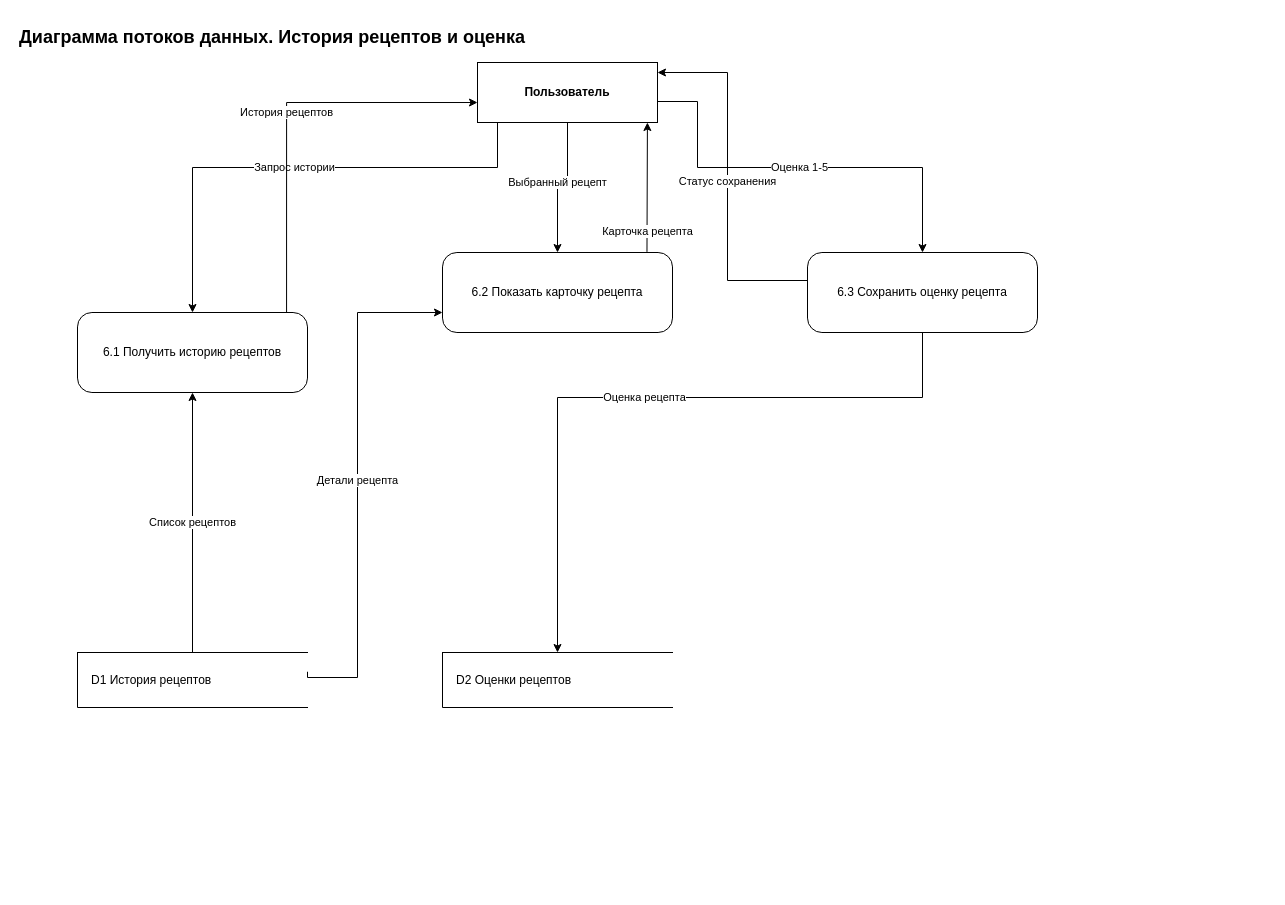
Before: Optimization-Methods/laba_2/diagrams/Potoki/06_История_рецептов_и_оценка.drawio in Skipl1/ASOIU, a draw.io diagram. Source tidied: cells renumbered, new cells numbered last; positions are measured from the earlier drawing's top-left corner, leaving out a move shared by most shapes. Both pictures are drawn from the tidied source at 100%, with x=0, y=0 at pixel (17, 22).
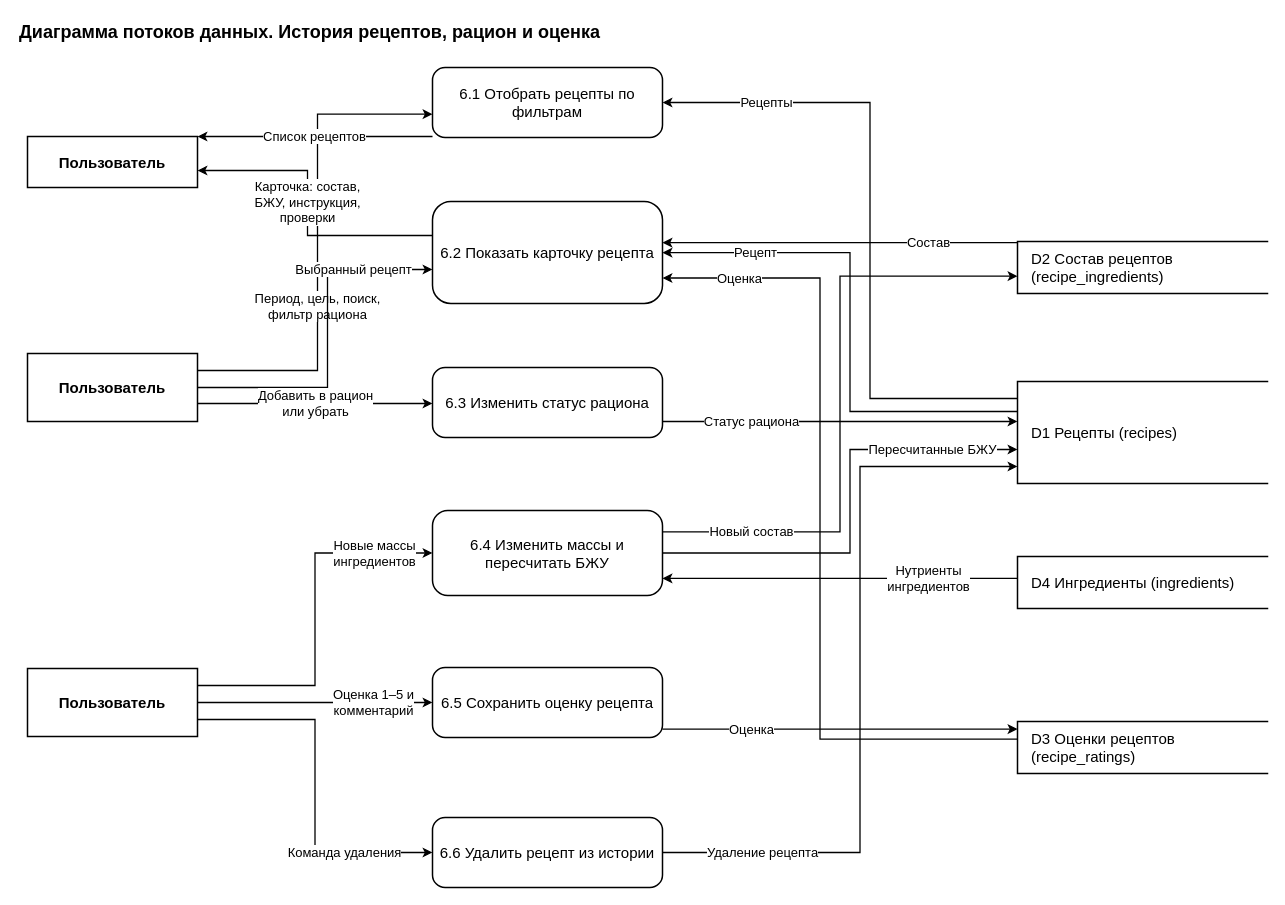
The same diagram, later.

What changed in the source:
```diff
@@
-    <mxCell id="2" value="Диаграмма потоков данных. История рецептов и оценка" style="text;html=1;strokeColor=none;fillColor=none;align=left;verticalAlign=middle;fontSize=18;fontStyle=1;" parent="1" vertex="1">
-      <mxGeometry width="850" height="30" as="geometry" />
+    <mxCell id="2" value="Диаграмма потоков данных. История рецептов, рацион и оценка" style="text;html=1;strokeColor=none;fillColor=none;align=left;verticalAlign=middle;fontSize=18;fontStyle=1;" parent="1" vertex="1">
+      <mxGeometry y="-5" width="900" height="30" as="geometry" />
     </mxCell>
-    <mxCell id="3" value="Пользователь" style="rounded=0;whiteSpace=wrap;html=1;fillColor=#ffffff;strokeColor=#000000;fontStyle=1;" parent="1" vertex="1">
-      <mxGeometry x="460" y="40" width="180" height="60" as="geometry" />
+    <mxCell id="3" value="Пользователь" style="rounded=0;whiteSpace=wrap;html=1;fillColor=#ffffff;strokeColor=#000000;fontStyle=1;fontSize=15;strokeWidth=1.5;" parent="1" vertex="1">
+      <mxGeometry x="10" y="331" width="170" height="68" as="geometry" />
     </mxCell>
+    <mxCell id="18" value="Пользователь" style="rounded=0;whiteSpace=wrap;html=1;fillColor=#ffffff;strokeColor=#000000;fontStyle=1;fontSize=15;strokeWidth=1.5;" parent="1" vertex="1">
+      <mxGeometry x="10" y="646" width="170" height="68" as="geometry" />
+    </mxCell>
-    <mxCell id="4" value="6.1 Получить историю рецептов" style="rounded=1;whiteSpace=wrap;html=1;arcSize=18;fillColor=#ffffff;strokeColor=#000000;" parent="1" vertex="1">
-      <mxGeometry x="60" y="290" width="230" height="80" as="geometry" />
+    <mxCell id="4" value="6.1 Отобрать рецепты по фильтрам" style="rounded=1;whiteSpace=wrap;html=1;arcSize=18;fillColor=#ffffff;strokeColor=#000000;fontSize=15;strokeWidth=1.5;" parent="1" vertex="1">
+      <mxGeometry x="415" y="45" width="230" height="70" as="geometry" />
     </mxCell>
-    <mxCell id="5" value="6.2 Показать карточку рецепта" style="rounded=1;whiteSpace=wrap;html=1;arcSize=18;fillColor=#ffffff;strokeColor=#000000;" parent="1" vertex="1">
-      <mxGeometry x="425" y="230" width="230" height="80" as="geometry" />
+    <mxCell id="5" value="6.2 Показать карточку рецепта" style="rounded=1;whiteSpace=wrap;html=1;arcSize=18;fillColor=#ffffff;strokeColor=#000000;fontSize=15;strokeWidth=1.5;" parent="1" vertex="1">
+      <mxGeometry x="415" y="179" width="230" height="102" as="geometry" />
     </mxCell>
-    <mxCell id="6" value="6.3 Сохранить оценку рецепта" style="rounded=1;whiteSpace=wrap;html=1;arcSize=18;fillColor=#ffffff;strokeColor=#000000;" parent="1" vertex="1">
-      <mxGeometry x="790" y="230" width="230" height="80" as="geometry" />
+    <mxCell id="6" value="6.3 Изменить статус рациона" style="rounded=1;whiteSpace=wrap;html=1;arcSize=18;fillColor=#ffffff;strokeColor=#000000;fontSize=15;strokeWidth=1.5;" parent="1" vertex="1">
+      <mxGeometry x="415" y="345" width="230" height="70" as="geometry" />
     </mxCell>
+    <mxCell id="19" value="6.4 Изменить массы и пересчитать БЖУ" style="rounded=1;whiteSpace=wrap;html=1;arcSize=18;fillColor=#ffffff;strokeColor=#000000;fontSize=15;strokeWidth=1.5;" parent="1" vertex="1">
+      <mxGeometry x="415" y="488" width="230" height="85" as="geometry" />
+    </mxCell>
+    <mxCell id="20" value="6.5 Сохранить оценку рецепта" style="rounded=1;whiteSpace=wrap;html=1;arcSize=18;fillColor=#ffffff;strokeColor=#000000;fontSize=15;strokeWidth=1.5;" parent="1" vertex="1">
+      <mxGeometry x="415" y="645" width="230" height="70" as="geometry" />
+    </mxCell>
+    <mxCell id="21" value="6.6 Удалить рецепт из истории" style="rounded=1;whiteSpace=wrap;html=1;arcSize=18;fillColor=#ffffff;strokeColor=#000000;fontSize=15;strokeWidth=1.5;" parent="1" vertex="1">
+      <mxGeometry x="415" y="795" width="230" height="70" as="geometry" />
+    </mxCell>
-    <mxCell id="7" value="D1 История рецептов" style="shape=partialRectangle;right=0;whiteSpace=wrap;html=1;fillColor=#ffffff;strokeColor=#000000;align=left;spacingLeft=12;" parent="1" vertex="1">
-      <mxGeometry x="60" y="630" width="230" height="55" as="geometry" />
+    <mxCell id="7" value="D1 Рецепты (recipes)" style="shape=partialRectangle;right=0;whiteSpace=wrap;html=1;fillColor=#ffffff;strokeColor=#000000;align=left;spacingLeft=12;fontSize=15;strokeWidth=1.5;" parent="1" vertex="1">
+      <mxGeometry x="1000" y="359" width="250" height="102" as="geometry" />
     </mxCell>
-    <mxCell id="8" value="D2 Оценки рецептов" style="shape=partialRectangle;right=0;whiteSpace=wrap;html=1;fillColor=#ffffff;strokeColor=#000000;align=left;spacingLeft=12;" parent="1" vertex="1">
-      <mxGeometry x="425" y="630" width="230" height="55" as="geometry" />
+    <mxCell id="8" value="D2 Состав рецептов (recipe_ingredients)" style="shape=partialRectangle;right=0;whiteSpace=wrap;html=1;fillColor=#ffffff;strokeColor=#000000;align=left;spacingLeft=12;fontSize=15;strokeWidth=1.5;" parent="1" vertex="1">
+      <mxGeometry x="1000" y="219" width="250" height="52" as="geometry" />
     </mxCell>
+    <mxCell id="22" value="D3 Оценки рецептов (recipe_ratings)" style="shape=partialRectangle;right=0;whiteSpace=wrap;html=1;fillColor=#ffffff;strokeColor=#000000;align=left;spacingLeft=12;fontSize=15;strokeWidth=1.5;" parent="1" vertex="1">
+      <mxGeometry x="1000" y="699" width="250" height="52" as="geometry" />
+    </mxCell>
+    <mxCell id="23" value="D4 Ингредиенты (ingredients)" style="shape=partialRectangle;right=0;whiteSpace=wrap;html=1;fillColor=#ffffff;strokeColor=#000000;align=left;spacingLeft=12;fontSize=15;strokeWidth=1.5;" parent="1" vertex="1">
+      <mxGeometry x="1000" y="534" width="250" height="52" as="geometry" />
+    </mxCell>
+    <mxCell id="24" value="Пользователь" style="rounded=0;whiteSpace=wrap;html=1;fillColor=#ffffff;strokeColor=#000000;fontStyle=1;fontSize=15;strokeWidth=1.5;" parent="1" vertex="1">
+      <mxGeometry x="10" y="114" width="170" height="51" as="geometry" />
+    </mxCell>
-    <mxCell id="9" value="Запрос истории" style="endArrow=classic;html=1;rounded=0;edgeStyle=orthogonalEdgeStyle;entryX=0.5;entryY=0;" parent="1" edge="1" source="3" target="4">
-      <mxGeometry relative="1" as="geometry">
+    <mxCell id="9" value="Период, цель, поиск,&lt;br&gt;фильтр рациона" style="endArrow=classic;endFill=1;html=1;rounded=0;edgeStyle=none;strokeWidth=1.3;fontSize=13;labelBackgroundColor=#ffffff;exitX=1.0;exitY=0.25;exitDx=0;exitDy=0;entryX=0.0;entryY=0.6671;entryDx=0;entryDy=0;" parent="1" edge="1" source="3" target="4">
+      <mxGeometry x="-0.25" relative="1" as="geometry">
         <Array as="points">
-          <mxPoint x="480" y="145" />
-          <mxPoint x="175" y="145" />
+          <mxPoint x="300" y="348" />
+          <mxPoint x="300" y="91.7" />
         </Array>
       </mxGeometry>
     </mxCell>
+    <mxCell id="25" value="Рецепты" style="endArrow=classic;endFill=1;html=1;rounded=0;edgeStyle=none;strokeWidth=1.3;fontSize=13;labelBackgroundColor=#ffffff;exitX=0.0;exitY=0.1667;exitDx=0;exitDy=0;entryX=1.0;entryY=0.5;entryDx=0;entryDy=0;" parent="1" edge="1" source="7" target="4">
+      <mxGeometry x="0.68" relative="1" as="geometry">
+        <Array as="points">
+          <mxPoint x="852.5" y="376" />
+          <mxPoint x="852.5" y="80" />
+        </Array>
+      </mxGeometry>
+    </mxCell>
-    <mxCell id="10" value="Список рецептов" style="endArrow=classic;html=1;rounded=0;edgeStyle=orthogonalEdgeStyle;exitX=0.5;exitY=0;entryX=0.5;entryY=1;" parent="1" edge="1" source="7" target="4">
+    <mxCell id="10" value="Список рецептов" style="endArrow=classic;endFill=1;html=1;rounded=0;edgeStyle=none;strokeWidth=1.3;fontSize=13;labelBackgroundColor=#ffffff;exitX=0.0;exitY=0.9857;exitDx=0;exitDy=0;entryX=1.0;entryY=0.0;entryDx=0;entryDy=0;" parent="1" edge="1" source="4" target="24">
       <mxGeometry relative="1" as="geometry" />
     </mxCell>
-    <mxCell id="11" value="История рецептов" style="endArrow=classic;html=1;rounded=0;edgeStyle=orthogonalEdgeStyle;exitX=0.909;exitY=0;entryX=0;entryY=0.667;exitDx=0;exitDy=0;exitPerimeter=0;entryDx=0;entryDy=0;entryPerimeter=0;" parent="1" edge="1" source="4" target="3">
-      <mxGeometry relative="1" as="geometry">
-        <Array as="points">
-          <mxPoint x="269" y="80" />
-        </Array>
-      </mxGeometry>
-    </mxCell>
-    <mxCell id="12" value="Выбранный рецепт" style="endArrow=classic;html=1;rounded=0;edgeStyle=orthogonalEdgeStyle;exitX=0.5;exitY=1;entryX=0.5;entryY=0;" parent="1" edge="1" source="3" target="5">
-      <mxGeometry relative="1" as="geometry">
+    <mxCell id="12" value="Выбранный рецепт" style="endArrow=classic;endFill=1;html=1;rounded=0;edgeStyle=none;strokeWidth=1.3;fontSize=13;labelBackgroundColor=#ffffff;exitX=1.0;exitY=0.5;exitDx=0;exitDy=0;entryX=0.0;entryY=0.6667;entryDx=0;entryDy=0;" parent="1" edge="1" source="3" target="5">
+      <mxGeometry x="0.55" relative="1" as="geometry">
         <Array as="points">
-          <mxPoint x="540" y="155" />
+          <mxPoint x="310" y="365" />
+          <mxPoint x="310" y="247" />
         </Array>
       </mxGeometry>
     </mxCell>
-    <mxCell id="13" value="Детали рецепта" style="endArrow=classic;html=1;rounded=0;edgeStyle=orthogonalEdgeStyle;exitX=1;exitY=0.35;entryX=0;entryY=0.75;" parent="1" edge="1" source="7" target="5">
-      <mxGeometry relative="1" as="geometry">
+    <mxCell id="13" value="Рецепт" style="endArrow=classic;endFill=1;html=1;rounded=0;edgeStyle=none;strokeWidth=1.3;fontSize=13;labelBackgroundColor=#ffffff;exitX=0.0;exitY=0.2941;exitDx=0;exitDy=0;entryX=1.0;entryY=0.502;entryDx=0;entryDy=0;" parent="1" edge="1" source="7" target="5">
+      <mxGeometry x="0.64" relative="1" as="geometry">
         <Array as="points">
-          <mxPoint x="340" y="655" />
-          <mxPoint x="340" y="290" />
+          <mxPoint x="832.5" y="389" />
+          <mxPoint x="832.5" y="230.2" />
         </Array>
       </mxGeometry>
     </mxCell>
-    <mxCell id="14" value="Карточка рецепта" style="endArrow=classic;html=1;rounded=0;edgeStyle=orthogonalEdgeStyle;exitX=0.889;exitY=-0.008;exitDx=0;exitDy=0;exitPerimeter=0;entryX=0.944;entryY=1;entryDx=0;entryDy=0;entryPerimeter=0;" parent="1" edge="1" source="5" target="3">
-      <mxGeometry x="-0.69" relative="1" as="geometry">
-        <Array as="points">
-          <mxPoint x="630" y="229" />
-        </Array>
-      </mxGeometry>
-    </mxCell>
+    <mxCell id="26" value="Состав" style="endArrow=classic;endFill=1;html=1;rounded=0;edgeStyle=none;strokeWidth=1.3;fontSize=13;labelBackgroundColor=#ffffff;exitX=0.0;exitY=0.0231;exitDx=0;exitDy=0;entryX=1.0;entryY=0.4039;entryDx=0;entryDy=0;" parent="1" edge="1" source="8" target="5">
+      <mxGeometry x="-0.5" relative="1" as="geometry" />
+    </mxCell>
+    <mxCell id="27" value="Оценка" style="endArrow=classic;endFill=1;html=1;rounded=0;edgeStyle=none;strokeWidth=1.3;fontSize=13;labelBackgroundColor=#ffffff;exitX=0.0;exitY=0.3385;exitDx=0;exitDy=0;entryX=1.0;entryY=0.75;entryDx=0;entryDy=0;" parent="1" edge="1" source="22" target="5">
+      <mxGeometry x="0.81" relative="1" as="geometry">
+        <Array as="points">
+          <mxPoint x="802.5" y="716.6" />
+          <mxPoint x="802.5" y="255.5" />
+        </Array>
+      </mxGeometry>
+    </mxCell>
+    <mxCell id="28" value="Карточка: состав,&lt;br&gt;БЖУ, инструкция,&lt;br&gt;проверки" style="endArrow=classic;endFill=1;html=1;rounded=0;edgeStyle=none;strokeWidth=1.3;fontSize=13;labelBackgroundColor=#ffffff;exitX=0.0;exitY=0.3333;exitDx=0;exitDy=0;entryX=1.0;entryY=0.6667;entryDx=0;entryDy=0;" parent="1" edge="1" source="5" target="24">
+      <mxGeometry x="0.05" relative="1" as="geometry">
+        <Array as="points">
+          <mxPoint x="290" y="213" />
+          <mxPoint x="290" y="148" />
+        </Array>
+      </mxGeometry>
+    </mxCell>
-    <mxCell id="15" value="Оценка 1-5" style="endArrow=classic;html=1;rounded=0;edgeStyle=orthogonalEdgeStyle;exitX=1;exitY=0.65;entryX=0.5;entryY=0;" parent="1" edge="1" source="3" target="6">
-      <mxGeometry relative="1" as="geometry">
-        <Array as="points">
-          <mxPoint x="680" y="79" />
-          <mxPoint x="680" y="145" />
-          <mxPoint x="905" y="145" />
-        </Array>
-      </mxGeometry>
+    <mxCell id="15" value="Добавить в рацион&lt;br&gt;или убрать" style="endArrow=classic;endFill=1;html=1;rounded=0;edgeStyle=none;strokeWidth=1.3;fontSize=13;labelBackgroundColor=#ffffff;exitX=1.0;exitY=0.7353;exitDx=0;exitDy=0;entryX=0.0;entryY=0.5143;entryDx=0;entryDy=0;" parent="1" edge="1" source="3" target="6">
+      <mxGeometry relative="1" as="geometry" />
     </mxCell>
-    <mxCell id="16" value="Оценка рецепта" style="endArrow=classic;html=1;rounded=0;edgeStyle=orthogonalEdgeStyle;exitX=0.5;exitY=1;entryX=0.5;entryY=0;" parent="1" edge="1" source="6" target="8">
-      <mxGeometry relative="1" as="geometry">
-        <Array as="points">
-          <mxPoint x="905" y="375" />
-          <mxPoint x="540" y="375" />
-        </Array>
-      </mxGeometry>
-    </mxCell>
-    <mxCell id="17" value="Статус сохранения" style="endArrow=classic;html=1;rounded=0;edgeStyle=orthogonalEdgeStyle;exitX=0;exitY=0.35;" parent="1" edge="1" source="6">
-      <mxGeometry relative="1" as="geometry">
-        <mxPoint x="640" y="50" as="targetPoint" />
-        <Array as="points">
-          <mxPoint x="710" y="258" />
-          <mxPoint x="710" y="50" />
-          <mxPoint x="640" y="50" />
-        </Array>
-      </mxGeometry>
-    </mxCell>
+    <mxCell id="29" value="Статус рациона" style="endArrow=classic;endFill=1;html=1;rounded=0;edgeStyle=none;strokeWidth=1.3;fontSize=13;labelBackgroundColor=#ffffff;exitX=1.0;exitY=0.7714;exitDx=0;exitDy=0;entryX=0.0;entryY=0.3922;entryDx=0;entryDy=0;" parent="1" edge="1" source="6" target="7">
+      <mxGeometry x="-0.5" relative="1" as="geometry" />
+    </mxCell>
+    <mxCell id="30" value="Новые массы&lt;br&gt;ингредиентов" style="endArrow=classic;endFill=1;html=1;rounded=0;edgeStyle=none;strokeWidth=1.3;fontSize=13;labelBackgroundColor=#ffffff;exitX=1.0;exitY=0.25;exitDx=0;exitDy=0;entryX=0.0;entryY=0.5;entryDx=0;entryDy=0;" parent="1" edge="1" source="18" target="19">
+      <mxGeometry x="0.68" relative="1" as="geometry">
+        <Array as="points">
+          <mxPoint x="297.5" y="663" />
+          <mxPoint x="297.5" y="530.5" />
+        </Array>
+      </mxGeometry>
+    </mxCell>
+    <mxCell id="31" value="Нутриенты&lt;br&gt;ингредиентов" style="endArrow=classic;endFill=1;html=1;rounded=0;edgeStyle=none;strokeWidth=1.3;fontSize=13;labelBackgroundColor=#ffffff;exitX=0.0;exitY=0.4212;exitDx=0;exitDy=0;entryX=1.0;entryY=0.7988;entryDx=0;entryDy=0;" parent="1" edge="1" source="23" target="19">
+      <mxGeometry x="-0.5" relative="1" as="geometry" />
+    </mxCell>
+    <mxCell id="32" value="Новый состав" style="endArrow=classic;endFill=1;html=1;rounded=0;edgeStyle=none;strokeWidth=1.3;fontSize=13;labelBackgroundColor=#ffffff;exitX=1.0;exitY=0.2506;exitDx=0;exitDy=0;entryX=0.0;entryY=0.6673;entryDx=0;entryDy=0;" parent="1" edge="1" source="19" target="8">
+      <mxGeometry x="-0.71" relative="1" as="geometry">
+        <Array as="points">
+          <mxPoint x="822.5" y="509.3" />
+          <mxPoint x="822.5" y="253.7" />
+        </Array>
+      </mxGeometry>
+    </mxCell>
+    <mxCell id="33" value="Пересчитанные БЖУ" style="endArrow=classic;endFill=1;html=1;rounded=0;edgeStyle=none;strokeWidth=1.3;fontSize=13;labelBackgroundColor=#ffffff;exitX=1.0;exitY=0.5;exitDx=0;exitDy=0;entryX=0.0;entryY=0.6667;entryDx=0;entryDy=0;" parent="1" edge="1" source="19" target="7">
+      <mxGeometry x="0.63" relative="1" as="geometry">
+        <Array as="points">
+          <mxPoint x="832.5" y="530.5" />
+          <mxPoint x="832.5" y="427" />
+        </Array>
+      </mxGeometry>
+    </mxCell>
+    <mxCell id="34" value="Оценка 1–5 и&lt;br&gt;комментарий" style="endArrow=classic;endFill=1;html=1;rounded=0;edgeStyle=none;strokeWidth=1.3;fontSize=13;labelBackgroundColor=#ffffff;exitX=1.0;exitY=0.5;exitDx=0;exitDy=0;entryX=0.0;entryY=0.5;entryDx=0;entryDy=0;" parent="1" edge="1" source="18" target="20">
+      <mxGeometry x="0.5" relative="1" as="geometry" />
+    </mxCell>
+    <mxCell id="35" value="Оценка" style="endArrow=classic;endFill=1;html=1;rounded=0;edgeStyle=none;strokeWidth=1.3;fontSize=13;labelBackgroundColor=#ffffff;exitX=1.0;exitY=0.88;exitDx=0;exitDy=0;entryX=0.0;entryY=0.1462;entryDx=0;entryDy=0;" parent="1" edge="1" source="20" target="22">
+      <mxGeometry x="-0.5" relative="1" as="geometry" />
+    </mxCell>
+    <mxCell id="36" value="Команда удаления" style="endArrow=classic;endFill=1;html=1;rounded=0;edgeStyle=none;strokeWidth=1.3;fontSize=13;labelBackgroundColor=#ffffff;exitX=1.0;exitY=0.75;exitDx=0;exitDy=0;entryX=0.0;entryY=0.5;entryDx=0;entryDy=0;" parent="1" edge="1" source="18" target="21">
+      <mxGeometry x="0.52" relative="1" as="geometry">
+        <Array as="points">
+          <mxPoint x="297.5" y="697" />
+          <mxPoint x="297.5" y="830" />
+        </Array>
+      </mxGeometry>
+    </mxCell>
+    <mxCell id="37" value="Удаление рецепта" style="endArrow=classic;endFill=1;html=1;rounded=0;edgeStyle=none;strokeWidth=1.3;fontSize=13;labelBackgroundColor=#ffffff;exitX=1.0;exitY=0.5;exitDx=0;exitDy=0;entryX=0.0;entryY=0.8333;entryDx=0;entryDy=0;" parent="1" edge="1" source="21" target="7">
+      <mxGeometry x="-0.73" relative="1" as="geometry">
+        <Array as="points">
+          <mxPoint x="842.5" y="830" />
+          <mxPoint x="842.5" y="444" />
+        </Array>
+      </mxGeometry>
+    </mxCell>
```
